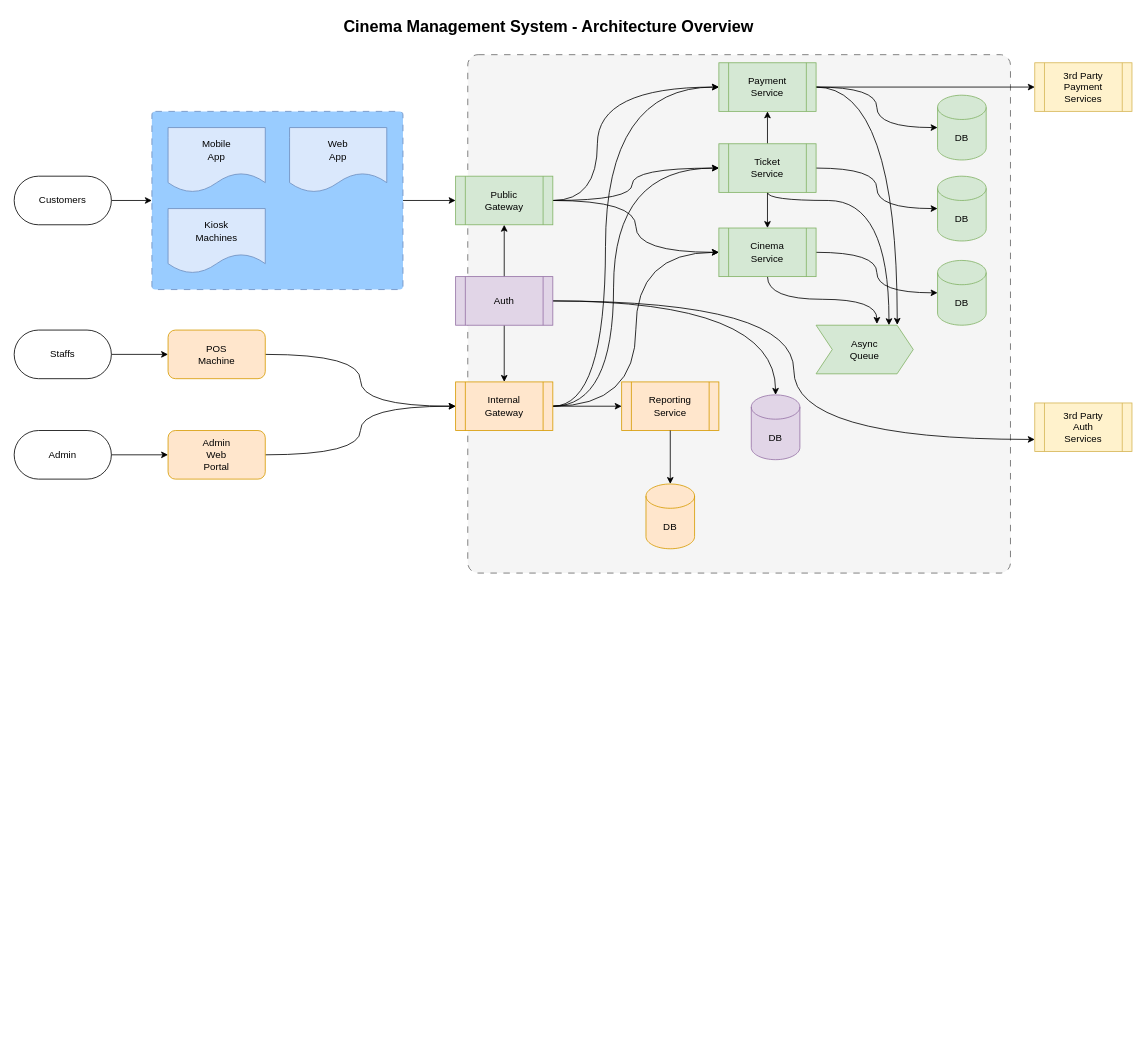
wai-lin/m5_cinema_system keeps this draw.io diagram as diagrams/system_overview/SystemDiagram-CinemaManagementSystem.drawio. Above is the earlier version. Source tidied: cells renumbered, new cells numbered last; positions are measured from the earlier drawing's top-left corner, leaving out a move shared by most shapes. Both pictures are drawn from the tidied source at 81%, with x=0, y=0 at pixel (14, 14).
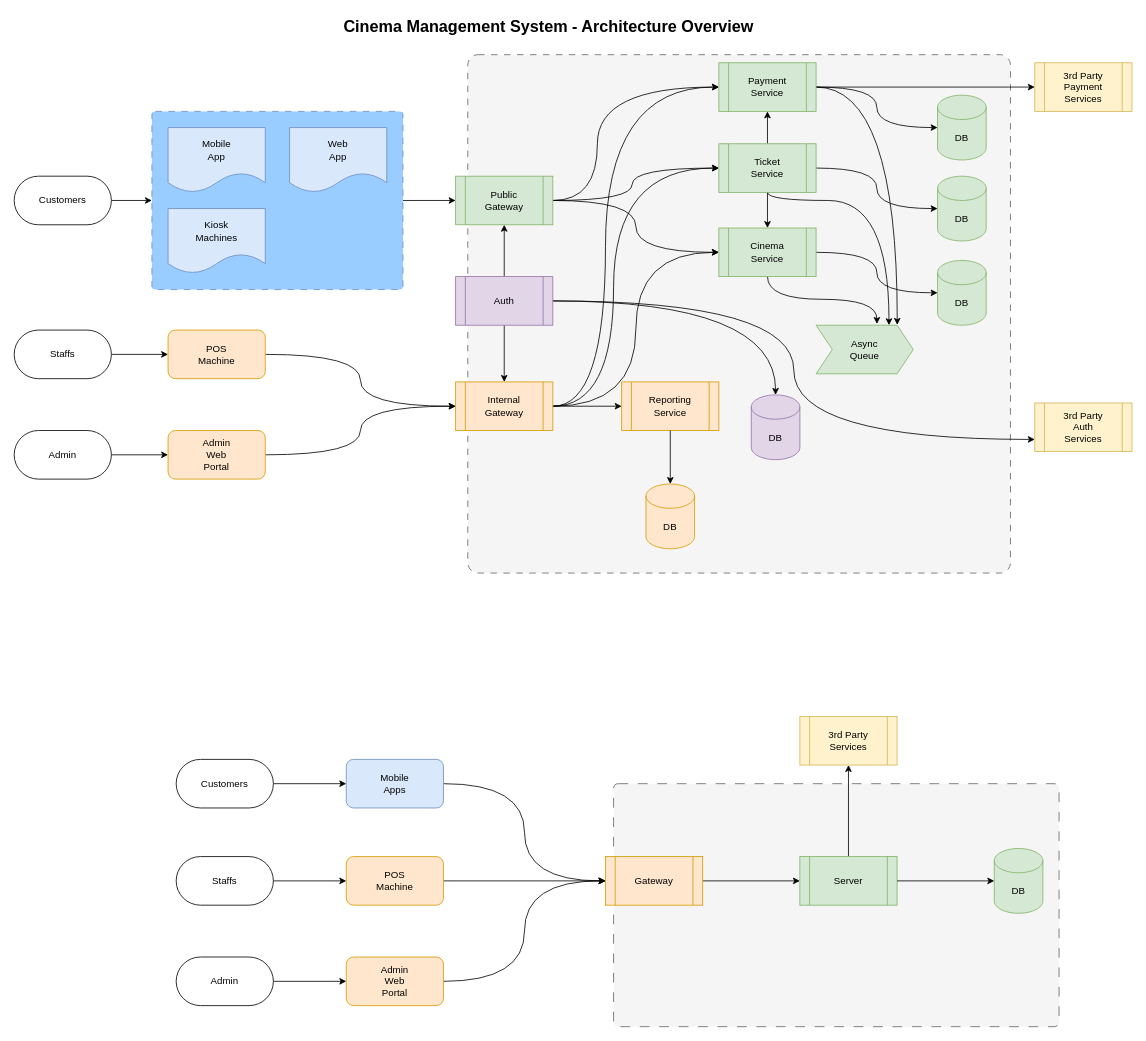
Above is the later version.

The edit, as a diff of the source:
```diff
@@
+    <mxCell id="55" style="rounded=1;whiteSpace=wrap;html=1;arcSize=2;dashed=1;dashPattern=12 12;fillColor=#f5f5f5;fontColor=#333333;strokeColor=#666666;" parent="1" vertex="1">
+      <mxGeometry x="740" y="950" width="550" height="300" as="geometry" />
+    </mxCell>
@@
+    <mxCell id="56" style="edgeStyle=orthogonalEdgeStyle;rounded=0;jettySize=auto;html=1;entryX=0;entryY=0.5;entryDx=0;entryDy=0;" parent="1" edge="1" source="57" target="59">
+      <mxGeometry relative="1" as="geometry" />
+    </mxCell>
+    <mxCell id="57" value="Gateway" style="shape=process;whiteSpace=wrap;html=1;backgroundOutline=1;fillColor=#ffe6cc;strokeColor=#d79b00;" parent="1" vertex="1">
+      <mxGeometry x="730" y="1040" width="120" height="60" as="geometry" />
+    </mxCell>
+    <mxCell id="58" style="edgeStyle=orthogonalEdgeStyle;rounded=0;jettySize=auto;html=1;entryX=0.5;entryY=1;entryDx=0;entryDy=0;" parent="1" edge="1" source="59" target="68">
+      <mxGeometry relative="1" as="geometry" />
+    </mxCell>
+    <mxCell id="59" value="Server" style="shape=process;whiteSpace=wrap;html=1;backgroundOutline=1;fillColor=#d5e8d4;strokeColor=#82b366;" parent="1" vertex="1">
+      <mxGeometry x="970" y="1040" width="120" height="60" as="geometry" />
+    </mxCell>
+    <mxCell id="60" value="DB" style="shape=cylinder3;whiteSpace=wrap;html=1;boundedLbl=1;backgroundOutline=1;size=15;fillColor=#d5e8d4;strokeColor=#82b366;" parent="1" vertex="1">
+      <mxGeometry x="1210" y="1030" width="60" height="80" as="geometry" />
+    </mxCell>
+    <mxCell id="61" style="edgeStyle=orthogonalEdgeStyle;rounded=0;jettySize=auto;html=1;entryX=0;entryY=0.5;entryDx=0;entryDy=0;entryPerimeter=0;" parent="1" edge="1" source="59" target="60">
+      <mxGeometry relative="1" as="geometry" />
+    </mxCell>
+    <mxCell id="62" style="edgeStyle=orthogonalEdgeStyle;rounded=0;jettySize=auto;html=1;entryX=0;entryY=0.5;entryDx=0;entryDy=0;curved=1;" parent="1" edge="1" source="63" target="57">
+      <mxGeometry relative="1" as="geometry" />
+    </mxCell>
+    <mxCell id="63" value="Admin&lt;div&gt;Web&lt;div&gt;Portal&lt;/div&gt;&lt;/div&gt;" style="rounded=1;whiteSpace=wrap;html=1;fillColor=#ffe6cc;strokeColor=#d79b00;" parent="1" vertex="1">
+      <mxGeometry x="410" y="1164" width="120" height="60" as="geometry" />
+    </mxCell>
+    <mxCell id="64" style="edgeStyle=orthogonalEdgeStyle;rounded=0;jettySize=auto;html=1;" parent="1" edge="1" source="65" target="57">
+      <mxGeometry relative="1" as="geometry" />
+    </mxCell>
+    <mxCell id="65" value="POS&lt;div&gt;Machine&lt;/div&gt;" style="rounded=1;whiteSpace=wrap;html=1;fillColor=#ffe6cc;strokeColor=#d79b00;" parent="1" vertex="1">
+      <mxGeometry x="410" y="1040" width="120" height="60" as="geometry" />
+    </mxCell>
+    <mxCell id="66" style="edgeStyle=orthogonalEdgeStyle;rounded=0;jettySize=auto;html=1;entryX=0;entryY=0.5;entryDx=0;entryDy=0;curved=1;" parent="1" edge="1" source="67" target="57">
+      <mxGeometry relative="1" as="geometry" />
+    </mxCell>
+    <mxCell id="67" value="Mobile&lt;div&gt;Apps&lt;/div&gt;" style="rounded=1;whiteSpace=wrap;html=1;fillColor=#dae8fc;strokeColor=#6c8ebf;" parent="1" vertex="1">
+      <mxGeometry x="410" y="920" width="120" height="60" as="geometry" />
+    </mxCell>
+    <mxCell id="68" value="3rd Party&lt;div&gt;Services&lt;/div&gt;" style="shape=process;whiteSpace=wrap;html=1;backgroundOutline=1;fillColor=#fff2cc;strokeColor=#d6b656;" parent="1" vertex="1">
+      <mxGeometry x="970" y="867" width="120" height="60" as="geometry" />
+    </mxCell>
+    <mxCell id="69" style="edgeStyle=orthogonalEdgeStyle;rounded=0;jettySize=auto;html=1;entryX=0;entryY=0.5;entryDx=0;entryDy=0;" parent="1" edge="1" source="70" target="67">
+      <mxGeometry relative="1" as="geometry" />
+    </mxCell>
+    <mxCell id="70" value="Customers" style="rounded=1;whiteSpace=wrap;html=1;arcSize=50;" parent="1" vertex="1">
+      <mxGeometry x="200" y="920" width="120" height="60" as="geometry" />
+    </mxCell>
+    <mxCell id="71" style="edgeStyle=orthogonalEdgeStyle;rounded=0;jettySize=auto;html=1;entryX=0;entryY=0.5;entryDx=0;entryDy=0;" parent="1" edge="1" source="72" target="65">
+      <mxGeometry relative="1" as="geometry" />
+    </mxCell>
+    <mxCell id="72" value="Staffs" style="rounded=1;whiteSpace=wrap;html=1;arcSize=50;" parent="1" vertex="1">
+      <mxGeometry x="200" y="1040" width="120" height="60" as="geometry" />
+    </mxCell>
+    <mxCell id="73" style="edgeStyle=orthogonalEdgeStyle;rounded=0;jettySize=auto;html=1;entryX=0;entryY=0.5;entryDx=0;entryDy=0;" parent="1" edge="1" source="74" target="63">
+      <mxGeometry relative="1" as="geometry" />
+    </mxCell>
+    <mxCell id="74" value="Admin" style="rounded=1;whiteSpace=wrap;html=1;arcSize=50;" parent="1" vertex="1">
+      <mxGeometry x="200" y="1164" width="120" height="60" as="geometry" />
+    </mxCell>
```
